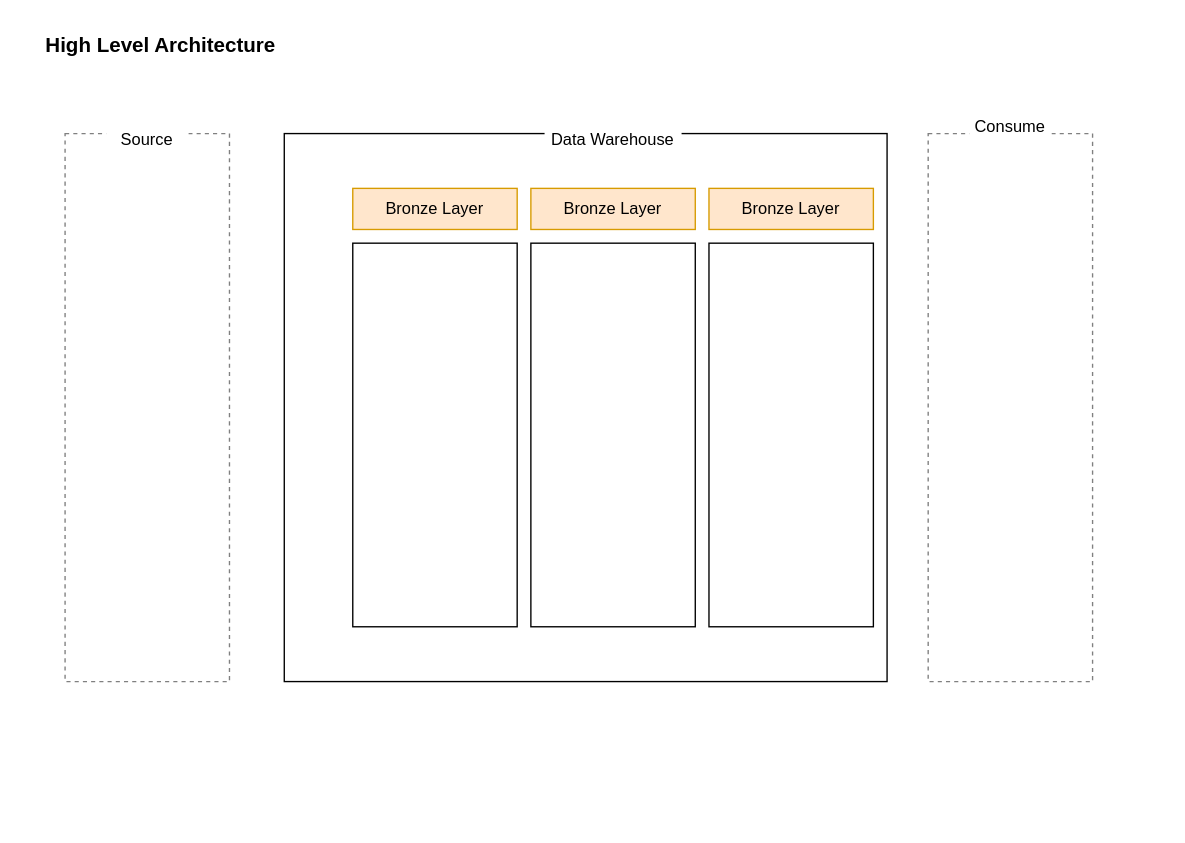
Before: DataWarehouse.drawio in jannat226/gitdemo, a draw.io diagram. Source tidied: cells renumbered, new cells numbered last; positions are measured from the earlier drawing's top-left corner, leaving out a move shared by most shapes. Both pictures are drawn from the tidied source at 137%, with x=0, y=0 at pixel (23, 23).
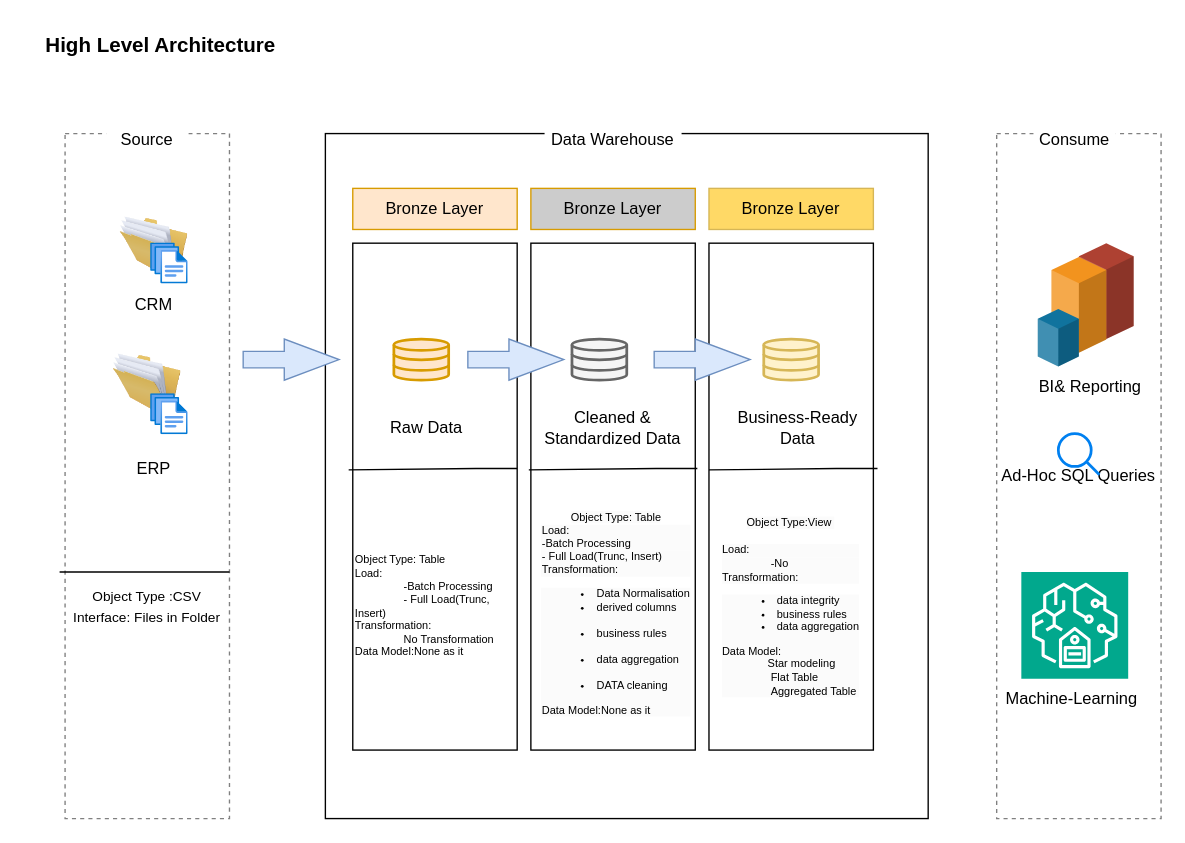
After the change.

What changed in the source:
```diff
@@
     <mxCell id="3" style="rounded=0;whiteSpace=wrap;html=1;dashed=1;strokeColor=#808080;" parent="1" vertex="1">
-      <mxGeometry x="30" y="80" width="120" height="400" as="geometry" />
+      <mxGeometry x="30" y="80" width="120" height="500" as="geometry" />
     </mxCell>
@@
     <mxCell id="5" style="rounded=0;whiteSpace=wrap;html=1;" parent="1" vertex="1">
-      <mxGeometry x="190" y="80" width="440" height="400" as="geometry" />
+      <mxGeometry x="220" y="80" width="440" height="500" as="geometry" />
     </mxCell>
@@
-    <mxCell id="7" style="rounded=0;whiteSpace=wrap;html=1;dashed=1;strokeColor=#808080;" parent="1" vertex="1">
-      <mxGeometry x="660" y="80" width="120" height="400" as="geometry" />
+    <mxCell id="7" value="Ad-Hoc SQL Queries" style="rounded=0;whiteSpace=wrap;html=1;dashed=1;strokeColor=#808080;" parent="1" vertex="1">
+      <mxGeometry x="710" y="80" width="120" height="500" as="geometry" />
     </mxCell>
     <mxCell id="8" value="Consume" style="text;html=1;align=center;verticalAlign=middle;whiteSpace=wrap;rounded=0;fillColor=default;" parent="1" vertex="1">
-      <mxGeometry x="690" y="60" width="60" height="30" as="geometry" />
+      <mxGeometry x="737" y="70" width="60" height="30" as="geometry" />
     </mxCell>
     <mxCell id="9" style="rounded=0;whiteSpace=wrap;html=1;" parent="1" vertex="1">
-      <mxGeometry x="240" y="160" width="120" height="280" as="geometry" />
+      <mxGeometry x="240" y="160" width="120" height="370" as="geometry" />
     </mxCell>
@@
-    <mxCell id="11" value="Bronze Layer" style="text;html=1;align=center;verticalAlign=middle;whiteSpace=wrap;rounded=0;fillColor=#ffe6cc;strokeColor=#d79b00;" parent="1" vertex="1">
+    <mxCell id="11" value="Bronze Layer" style="text;html=1;align=center;verticalAlign=middle;whiteSpace=wrap;rounded=0;fillColor=#CCCCCC;strokeColor=#d79b00;" parent="1" vertex="1">
       <mxGeometry x="370" y="120" width="120" height="30" as="geometry" />
     </mxCell>
-    <mxCell id="12" value="Bronze Layer" style="text;html=1;align=center;verticalAlign=middle;whiteSpace=wrap;rounded=0;fillColor=#ffe6cc;strokeColor=#d79b00;" parent="1" vertex="1">
+    <mxCell id="12" value="Bronze Layer" style="text;html=1;align=center;verticalAlign=middle;whiteSpace=wrap;rounded=0;fillColor=#FFD966;strokeColor=#d6b656;" parent="1" vertex="1">
       <mxGeometry x="500" y="120" width="120" height="30" as="geometry" />
     </mxCell>
     <mxCell id="13" style="rounded=0;whiteSpace=wrap;html=1;" parent="1" vertex="1">
-      <mxGeometry x="370" y="160" width="120" height="280" as="geometry" />
+      <mxGeometry x="370" y="160" width="120" height="370" as="geometry" />
     </mxCell>
     <mxCell id="14" style="rounded=0;whiteSpace=wrap;html=1;" parent="1" vertex="1">
-      <mxGeometry x="500" y="160" width="120" height="280" as="geometry" />
+      <mxGeometry x="500" y="160" width="120" height="370" as="geometry" />
     </mxCell>
+    <mxCell id="15" style="image;html=1;image=img/lib/clip_art/general/Full_Folder_128x128.png;" parent="1" vertex="1">
+      <mxGeometry x="70" y="130" width="50" height="70" as="geometry" />
+    </mxCell>
+    <mxCell id="16" style="image;html=1;align=center;fontSize=12;image=img/lib/azure2/general/Files.svg;" parent="1" vertex="1">
+      <mxGeometry x="92.6" y="160" width="27.4" height="30" as="geometry" />
+    </mxCell>
+    <mxCell id="17" value="CRM" style="text;html=1;align=center;verticalAlign=middle;whiteSpace=wrap;rounded=0;" parent="1" vertex="1">
+      <mxGeometry x="65" y="190" width="60" height="30" as="geometry" />
+    </mxCell>
+    <mxCell id="18" style="image;html=1;image=img/lib/clip_art/general/Full_Folder_128x128.png;" parent="1" vertex="1">
+      <mxGeometry x="65" y="230" width="50" height="70" as="geometry" />
+    </mxCell>
+    <mxCell id="19" style="image;html=1;align=center;fontSize=12;image=img/lib/azure2/general/Files.svg;" parent="1" vertex="1">
+      <mxGeometry x="92.6" y="270" width="27.4" height="30" as="geometry" />
+    </mxCell>
+    <mxCell id="20" value="ERP" style="text;html=1;align=center;verticalAlign=middle;whiteSpace=wrap;rounded=0;" parent="1" vertex="1">
+      <mxGeometry x="65" y="310" width="60" height="30" as="geometry" />
+    </mxCell>
+    <mxCell id="21" style="endArrow=none;html=1;rounded=0;" parent="1" edge="1">
+      <mxGeometry relative="1" as="geometry">
+        <mxPoint x="26" y="400" as="sourcePoint" />
+        <mxPoint x="150" y="400" as="targetPoint" />
+      </mxGeometry>
+    </mxCell>
+    <mxCell id="22" value="&lt;font style=&quot;font-size: 10px;&quot;&gt;Object Type :CSV&lt;/font&gt;&lt;div&gt;&lt;font style=&quot;font-size: 10px;&quot;&gt;Interface: Files in Folder&lt;/font&gt;&lt;/div&gt;" style="text;html=1;align=center;verticalAlign=middle;whiteSpace=wrap;rounded=0;" parent="1" vertex="1">
+      <mxGeometry x="20" y="410" width="140" height="30" as="geometry" />
+    </mxCell>
+    <mxCell id="23" style="html=1;verticalLabelPosition=bottom;align=center;labelBackgroundColor=#ffffff;verticalAlign=top;strokeWidth=2;shadow=0;dashed=0;shape=mxgraph.ios7.icons.data;fillColor=#ffe6cc;strokeColor=#d79b00;" parent="1" vertex="1">
+      <mxGeometry x="270" y="230" width="40" height="30" as="geometry" />
+    </mxCell>
+    <mxCell id="24" style="html=1;verticalLabelPosition=bottom;align=center;labelBackgroundColor=#ffffff;verticalAlign=top;strokeWidth=2;strokeColor=#666666;shadow=0;dashed=0;shape=mxgraph.ios7.icons.data;fillColor=#f5f5f5;fontColor=#333333;" parent="1" vertex="1">
+      <mxGeometry x="400" y="230" width="40" height="30" as="geometry" />
+    </mxCell>
+    <mxCell id="25" style="html=1;verticalLabelPosition=bottom;align=center;labelBackgroundColor=#ffffff;verticalAlign=top;strokeWidth=2;strokeColor=#d6b656;shadow=0;dashed=0;shape=mxgraph.ios7.icons.data;fillColor=#fff2cc;" parent="1" vertex="1">
+      <mxGeometry x="540" y="230" width="40" height="30" as="geometry" />
+    </mxCell>
+    <mxCell id="26" style="html=1;shadow=0;dashed=0;align=center;verticalAlign=middle;shape=mxgraph.arrows2.arrow;dy=0.6;dx=40;notch=0;fillColor=#dae8fc;strokeColor=#6c8ebf;" parent="1" vertex="1">
+      <mxGeometry x="160" y="230" width="70" height="30" as="geometry" />
+    </mxCell>
+    <mxCell id="27" style="html=1;shadow=0;dashed=0;align=center;verticalAlign=middle;shape=mxgraph.arrows2.arrow;dy=0.6;dx=40;notch=0;fillColor=#dae8fc;strokeColor=#6c8ebf;" parent="1" vertex="1">
+      <mxGeometry x="324" y="230" width="70" height="30" as="geometry" />
+    </mxCell>
+    <mxCell id="28" style="html=1;shadow=0;dashed=0;align=center;verticalAlign=middle;shape=mxgraph.arrows2.arrow;dy=0.6;dx=40;notch=0;fillColor=#dae8fc;strokeColor=#6c8ebf;" parent="1" vertex="1">
+      <mxGeometry x="460" y="230" width="70" height="30" as="geometry" />
+    </mxCell>
+    <mxCell id="29" value="Raw Data" style="text;html=1;align=center;verticalAlign=middle;whiteSpace=wrap;rounded=0;" parent="1" vertex="1">
+      <mxGeometry x="264" y="280" width="60" height="30" as="geometry" />
+    </mxCell>
+    <mxCell id="30" value="Cleaned &amp;amp; Standardized Data" style="text;html=1;align=center;verticalAlign=middle;whiteSpace=wrap;rounded=0;" parent="1" vertex="1">
+      <mxGeometry x="375" y="280" width="110" height="30" as="geometry" />
+    </mxCell>
+    <mxCell id="31" value="Business-Ready Data" style="text;html=1;align=center;verticalAlign=middle;whiteSpace=wrap;rounded=0;" parent="1" vertex="1">
+      <mxGeometry x="520" y="280" width="90" height="30" as="geometry" />
+    </mxCell>
+    <mxCell id="32" style="endArrow=none;html=1;rounded=0;exitX=-0.025;exitY=0.795;exitDx=0;exitDy=0;exitPerimeter=0;" parent="1" edge="1">
+      <mxGeometry relative="1" as="geometry">
+        <mxPoint x="237" y="325.5" as="sourcePoint" />
+        <mxPoint x="360" y="324.5" as="targetPoint" />
+        <Array as="points">
+          <mxPoint x="330" y="324.5" />
+        </Array>
+      </mxGeometry>
+    </mxCell>
+    <mxCell id="33" style="endArrow=none;html=1;rounded=0;exitX=-0.025;exitY=0.795;exitDx=0;exitDy=0;exitPerimeter=0;" parent="1" edge="1">
+      <mxGeometry relative="1" as="geometry">
+        <mxPoint x="368.5" y="325.5" as="sourcePoint" />
+        <mxPoint x="491.5" y="324.5" as="targetPoint" />
+        <Array as="points">
+          <mxPoint x="461.5" y="324.5" />
+        </Array>
+      </mxGeometry>
+    </mxCell>
+    <mxCell id="34" style="endArrow=none;html=1;rounded=0;exitX=-0.025;exitY=0.795;exitDx=0;exitDy=0;exitPerimeter=0;" parent="1" edge="1">
+      <mxGeometry relative="1" as="geometry">
+        <mxPoint x="500" y="325.5" as="sourcePoint" />
+        <mxPoint x="623" y="324.5" as="targetPoint" />
+        <Array as="points">
+          <mxPoint x="593" y="324.5" />
+        </Array>
+      </mxGeometry>
+    </mxCell>
+    <mxCell id="35" value="Object Type: Table&lt;div&gt;Load:&amp;nbsp;&lt;/div&gt;&lt;div&gt;&lt;span style=&quot;white-space: pre;&quot;&gt;&#9;&lt;/span&gt;&lt;span style=&quot;white-space: pre;&quot;&gt;&#9;&lt;/span&gt;-Batch Processing&lt;/div&gt;&lt;div&gt;&lt;span style=&quot;white-space: pre;&quot;&gt;&#9;&lt;/span&gt;&lt;span style=&quot;white-space: pre;&quot;&gt;&#9;&lt;/span&gt;- Full Load(Trunc, Insert)&lt;/div&gt;&lt;div&gt;Transformation:&lt;/div&gt;&lt;div&gt;&lt;span style=&quot;background-color: transparent; color: light-dark(rgb(0, 0, 0), rgb(255, 255, 255));&quot;&gt;&lt;span style=&quot;white-space: pre;&quot;&gt;&#9;&lt;/span&gt;&lt;span style=&quot;white-space: pre;&quot;&gt;&#9;&lt;/span&gt;No Transformation&lt;/span&gt;&lt;/div&gt;&lt;div&gt;&lt;div&gt;Data Model:None as it&lt;/div&gt;&lt;br&gt;&lt;/div&gt;" style="text;html=1;align=left;verticalAlign=middle;whiteSpace=wrap;rounded=0;fontSize=8;" parent="1" vertex="1">
+      <mxGeometry x="240" y="329" width="120" height="201" as="geometry" />
+    </mxCell>
+    <mxCell id="36" value="&lt;span style=&quot;color: rgb(0, 0, 0); font-family: Helvetica; font-size: 8px; font-style: normal; font-variant-ligatures: normal; font-variant-caps: normal; font-weight: 400; letter-spacing: normal; orphans: 2; text-align: left; text-indent: 0px; text-transform: none; widows: 2; word-spacing: 0px; -webkit-text-stroke-width: 0px; white-space: normal; background-color: rgb(251, 251, 251); text-decoration-thickness: initial; text-decoration-style: initial; text-decoration-color: initial; float: none; display: inline !important;&quot;&gt;Object Type: Table&lt;/span&gt;&lt;div style=&quot;forced-color-adjust: none; color: rgb(0, 0, 0); font-family: Helvetica; font-size: 8px; font-style: normal; font-variant-ligatures: normal; font-variant-caps: normal; font-weight: 400; letter-spacing: normal; orphans: 2; text-align: left; text-indent: 0px; text-transform: none; widows: 2; word-spacing: 0px; -webkit-text-stroke-width: 0px; white-space: normal; background-color: rgb(251, 251, 251); text-decoration-thickness: initial; text-decoration-style: initial; text-decoration-color: initial;&quot;&gt;Load:&amp;nbsp;&lt;/div&gt;&lt;div style=&quot;forced-color-adjust: none; color: rgb(0, 0, 0); font-family: Helvetica; font-size: 8px; font-style: normal; font-variant-ligatures: normal; font-variant-caps: normal; font-weight: 400; letter-spacing: normal; orphans: 2; text-align: left; text-indent: 0px; text-transform: none; widows: 2; word-spacing: 0px; -webkit-text-stroke-width: 0px; white-space: normal; background-color: rgb(251, 251, 251); text-decoration-thickness: initial; text-decoration-style: initial; text-decoration-color: initial;&quot;&gt;-Batch Processing&lt;/div&gt;&lt;div style=&quot;forced-color-adjust: none; color: rgb(0, 0, 0); font-family: Helvetica; font-size: 8px; font-style: normal; font-variant-ligatures: normal; font-variant-caps: normal; font-weight: 400; letter-spacing: normal; orphans: 2; text-align: left; text-indent: 0px; text-transform: none; widows: 2; word-spacing: 0px; -webkit-text-stroke-width: 0px; white-space: normal; background-color: rgb(251, 251, 251); text-decoration-thickness: initial; text-decoration-style: initial; text-decoration-color: initial;&quot;&gt;- Full Load(Trunc, Insert)&lt;/div&gt;&lt;div style=&quot;forced-color-adjust: none; color: rgb(0, 0, 0); font-family: Helvetica; font-size: 8px; font-style: normal; font-variant-ligatures: normal; font-variant-caps: normal; font-weight: 400; letter-spacing: normal; orphans: 2; text-align: left; text-indent: 0px; text-transform: none; widows: 2; word-spacing: 0px; -webkit-text-stroke-width: 0px; white-space: normal; background-color: rgb(251, 251, 251); text-decoration-thickness: initial; text-decoration-style: initial; text-decoration-color: initial;&quot;&gt;Transformation:&lt;/div&gt;&lt;div style=&quot;forced-color-adjust: none; color: rgb(0, 0, 0); font-family: Helvetica; font-size: 8px; font-style: normal; font-variant-ligatures: normal; font-variant-caps: normal; font-weight: 400; letter-spacing: normal; orphans: 2; text-align: left; text-indent: 0px; text-transform: none; widows: 2; word-spacing: 0px; -webkit-text-stroke-width: 0px; white-space: normal; background-color: rgb(251, 251, 251); text-decoration-thickness: initial; text-decoration-style: initial; text-decoration-color: initial;&quot;&gt;&lt;ul style=&quot;forced-color-adjust: none;&quot;&gt;&lt;li style=&quot;forced-color-adjust: none;&quot;&gt;Data Normalisation&lt;/li&gt;&lt;li style=&quot;forced-color-adjust: none;&quot;&gt;derived columns&lt;/li&gt;&lt;br style=&quot;forced-color-adjust: none;&quot;&gt;&lt;li style=&quot;forced-color-adjust: none;&quot;&gt;business rules&lt;/li&gt;&lt;br style=&quot;forced-color-adjust: none;&quot;&gt;&lt;li style=&quot;forced-color-adjust: none;&quot;&gt;data aggregation&lt;/li&gt;&lt;br style=&quot;forced-color-adjust: none;&quot;&gt;&lt;li style=&quot;forced-color-adjust: none;&quot;&gt;DATA cleaning&lt;/li&gt;&lt;/ul&gt;&lt;div style=&quot;forced-color-adjust: none;&quot;&gt;Data Model:None as it&lt;/div&gt;&lt;/div&gt;" style="text;html=1;align=center;verticalAlign=middle;whiteSpace=wrap;rounded=0;fontSize=9;" parent="1" vertex="1">
+      <mxGeometry x="375" y="334.5" width="115" height="190" as="geometry" />
+    </mxCell>
+    <mxCell id="37" value="&lt;span style=&quot;color: rgb(0, 0, 0); font-family: Helvetica; font-size: 8px; font-style: normal; font-variant-ligatures: normal; font-variant-caps: normal; font-weight: 400; letter-spacing: normal; orphans: 2; text-align: left; text-indent: 0px; text-transform: none; widows: 2; word-spacing: 0px; -webkit-text-stroke-width: 0px; white-space: normal; background-color: rgb(251, 251, 251); text-decoration-thickness: initial; text-decoration-style: initial; text-decoration-color: initial; float: none; display: inline !important;&quot;&gt;Object Type:View&amp;nbsp;&lt;/span&gt;&lt;div&gt;&lt;div style=&quot;text-align: left;&quot;&gt;&lt;span style=&quot;font-size: 8px;&quot;&gt;&lt;br&gt;&lt;/span&gt;&lt;/div&gt;&lt;div style=&quot;forced-color-adjust: none; color: rgb(0, 0, 0); font-family: Helvetica; font-size: 8px; font-style: normal; font-variant-ligatures: normal; font-variant-caps: normal; font-weight: 400; letter-spacing: normal; orphans: 2; text-align: left; text-indent: 0px; text-transform: none; widows: 2; word-spacing: 0px; -webkit-text-stroke-width: 0px; white-space: normal; background-color: rgb(251, 251, 251); text-decoration-thickness: initial; text-decoration-style: initial; text-decoration-color: initial;&quot;&gt;Load:&amp;nbsp;&lt;/div&gt;&lt;div style=&quot;forced-color-adjust: none; color: rgb(0, 0, 0); font-family: Helvetica; font-size: 8px; font-style: normal; font-variant-ligatures: normal; font-variant-caps: normal; font-weight: 400; letter-spacing: normal; orphans: 2; text-align: left; text-indent: 0px; text-transform: none; widows: 2; word-spacing: 0px; -webkit-text-stroke-width: 0px; white-space: normal; background-color: rgb(251, 251, 251); text-decoration-thickness: initial; text-decoration-style: initial; text-decoration-color: initial;&quot;&gt;&lt;span style=&quot;white-space: pre;&quot;&gt;&#9;&lt;/span&gt;&lt;span style=&quot;white-space: pre;&quot;&gt;&#9;&lt;/span&gt;-No&lt;/div&gt;&lt;div style=&quot;forced-color-adjust: none; color: rgb(0, 0, 0); font-family: Helvetica; font-size: 8px; font-style: normal; font-variant-ligatures: normal; font-variant-caps: normal; font-weight: 400; letter-spacing: normal; orphans: 2; text-align: left; text-indent: 0px; text-transform: none; widows: 2; word-spacing: 0px; -webkit-text-stroke-width: 0px; white-space: normal; background-color: rgb(251, 251, 251); text-decoration-thickness: initial; text-decoration-style: initial; text-decoration-color: initial;&quot;&gt;Transformation:&lt;/div&gt;&lt;div style=&quot;forced-color-adjust: none; color: rgb(0, 0, 0); font-family: Helvetica; font-size: 8px; font-style: normal; font-variant-ligatures: normal; font-variant-caps: normal; font-weight: 400; letter-spacing: normal; orphans: 2; text-align: left; text-indent: 0px; text-transform: none; widows: 2; word-spacing: 0px; -webkit-text-stroke-width: 0px; white-space: normal; background-color: rgb(251, 251, 251); text-decoration-thickness: initial; text-decoration-style: initial; text-decoration-color: initial;&quot;&gt;&lt;ul style=&quot;forced-color-adjust: none;&quot;&gt;&lt;li style=&quot;forced-color-adjust: none;&quot;&gt;data integrity&lt;/li&gt;&lt;li style=&quot;forced-color-adjust: none;&quot;&gt;business rules&lt;/li&gt;&lt;li style=&quot;forced-color-adjust: none;&quot;&gt;data aggregation&lt;/li&gt;&lt;/ul&gt;&lt;div style=&quot;forced-color-adjust: none;&quot;&gt;Data Model:&lt;/div&gt;&lt;div style=&quot;forced-color-adjust: none;&quot;&gt;&amp;nbsp; &amp;nbsp; &amp;nbsp; &amp;nbsp; &amp;nbsp; &amp;nbsp; &amp;nbsp; &amp;nbsp;Star modeling&lt;/div&gt;&lt;div style=&quot;forced-color-adjust: none;&quot;&gt;&lt;span style=&quot;white-space: pre;&quot;&gt;&#9;&lt;/span&gt;&lt;span style=&quot;white-space: pre;&quot;&gt;&#9;&lt;/span&gt;Flat Table&lt;br&gt;&lt;/div&gt;&lt;div style=&quot;forced-color-adjust: none;&quot;&gt;&lt;span style=&quot;white-space: pre;&quot;&gt;&#9;&lt;/span&gt;&lt;span style=&quot;white-space: pre;&quot;&gt;&#9;&lt;/span&gt;Aggregated Table&lt;br&gt;&lt;/div&gt;&lt;/div&gt;&lt;/div&gt;" style="text;html=1;align=center;verticalAlign=middle;whiteSpace=wrap;rounded=0;fontSize=9;" parent="1" vertex="1">
+      <mxGeometry x="500" y="325" width="120" height="200" as="geometry" />
+    </mxCell>
+    <mxCell id="38" style="verticalLabelPosition=bottom;verticalAlign=top;html=1;shape=mxgraph.infographic.shadedCube;isoAngle=15;fillColor=#AE4132;strokeColor=none;shadow=0;" parent="1" vertex="1">
+      <mxGeometry x="770" y="160" width="40" height="70" as="geometry" />
+    </mxCell>
+    <mxCell id="39" style="verticalLabelPosition=bottom;verticalAlign=top;html=1;shape=mxgraph.infographic.shadedCube;isoAngle=15;fillColor=#F2931E;strokeColor=none;shadow=0;" parent="1" vertex="1">
+      <mxGeometry x="750" y="170" width="40" height="70" as="geometry" />
+    </mxCell>
+    <mxCell id="40" style="verticalLabelPosition=bottom;verticalAlign=top;html=1;shape=mxgraph.infographic.shadedCube;isoAngle=15;fillColor=#10739E;strokeColor=none;shadow=0;" parent="1" vertex="1">
+      <mxGeometry x="740" y="208" width="30" height="42" as="geometry" />
+    </mxCell>
+    <mxCell id="41" style="html=1;verticalLabelPosition=bottom;align=center;labelBackgroundColor=#ffffff;verticalAlign=top;strokeWidth=2;strokeColor=#0080F0;shadow=0;dashed=0;shape=mxgraph.ios7.icons.looking_glass;" parent="1" vertex="1">
+      <mxGeometry x="755" y="299" width="30" height="30" as="geometry" />
+    </mxCell>
+    <mxCell id="42" style="sketch=0;fontColor=#232F3E;fillColor=#01A88D;strokeColor=#ffffff;dashed=0;verticalLabelPosition=bottom;verticalAlign=top;align=center;html=1;fontSize=12;fontStyle=0;shape=mxgraph.aws4.resourceIcon;resIcon=mxgraph.aws4.sagemaker_ground_truth;" parent="1" vertex="1">
+      <mxGeometry x="728" y="400" width="78" height="78" as="geometry" />
+    </mxCell>
+    <mxCell id="43" value="BI&amp;amp; Reporting" style="text;html=1;align=center;verticalAlign=middle;whiteSpace=wrap;rounded=0;" parent="1" vertex="1">
+      <mxGeometry x="737" y="250" width="83" height="30" as="geometry" />
+    </mxCell>
+    <mxCell id="44" value="Machine-Learning" style="text;html=1;align=center;verticalAlign=middle;whiteSpace=wrap;rounded=0;" parent="1" vertex="1">
+      <mxGeometry x="710" y="478" width="110" height="30" as="geometry" />
+    </mxCell>
```
